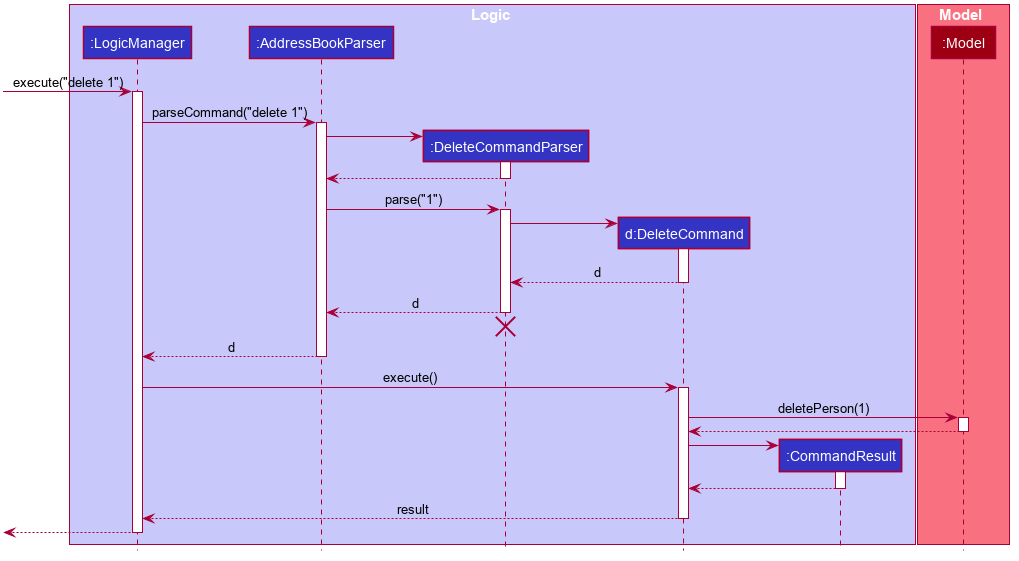
Above: docs/images/DeleteSequenceDiagram.png in nus-cs2103-AY2223S2/tp (PlantUML), before the change.
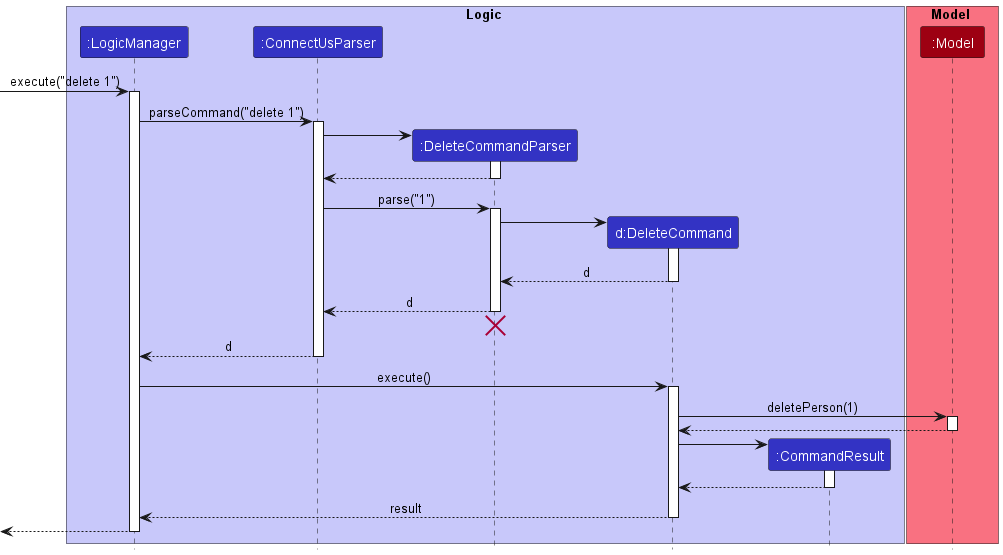
Above is the later version.

The edit, as a diff of the source:
```diff
@@ -1,79 +1,32 @@
 @startuml
+!include style.puml
 
-
-
-
-
-
-
-
-skinparam BackgroundColor #FFFFFFF
-
-skinparam Shadowing false
-
-skinparam Class {
-    FontColor #FFFFFF
-    BorderThickness 1
-    BorderColor #FFFFFF
-    StereotypeFontColor #FFFFFF
-    FontName Arial
-}
-
-skinparam Actor {
-    BorderColor #000000
-    Color #000000
-    FontName Arial
-}
-
-skinparam Sequence {
-    MessageAlign center
-    BoxFontSize 15
-    BoxPadding 0
-    BoxFontColor #FFFFFF
-    FontName Arial
-}
-
-skinparam Participant {
-    FontColor #FFFFFFF
-    Padding 20
-}
-
-skinparam MinClassWidth 50
-skinparam ParticipantPadding 10
-skinparam Shadowing false
-skinparam DefaultTextAlignment center
-skinparam packageStyle Rectangle
-
-hide footbox
-hide members
-hide circle
-
-box Logic #C8C8FA
-participant ":LogicManager" as LogicManager #3333C4
-participant ":AddressBookParser" as AddressBookParser #3333C4
-participant ":DeleteCommandParser" as DeleteCommandParser #3333C4
-participant "d:DeleteCommand" as DeleteCommand #3333C4
-participant ":CommandResult" as CommandResult #3333C4
+box Logic LOGIC_COLOR_T1
+participant ":LogicManager" as LogicManager LOGIC_COLOR
+participant ":ConnectUsParser" as ConnectUsParser LOGIC_COLOR
+participant ":DeleteCommandParser" as DeleteCommandParser LOGIC_COLOR
+participant "d:DeleteCommand" as DeleteCommand LOGIC_COLOR
+participant ":CommandResult" as CommandResult LOGIC_COLOR
 end box
 
-box Model #F97181
-participant ":Model" as Model #9D0012
+box Model MODEL_COLOR_T1
+participant ":Model" as Model MODEL_COLOR
 end box
 
 [-> LogicManager : execute("delete 1")
 activate LogicManager
 
-LogicManager -> AddressBookParser : parseCommand("delete 1")
-activate AddressBookParser
+LogicManager -> ConnectUsParser : parseCommand("delete 1")
+activate ConnectUsParser
 
 create DeleteCommandParser
-AddressBookParser -> DeleteCommandParser
+ConnectUsParser -> DeleteCommandParser
 activate DeleteCommandParser
 
-DeleteCommandParser --> AddressBookParser
+DeleteCommandParser --> ConnectUsParser
 deactivate DeleteCommandParser
 
-AddressBookParser -> DeleteCommandParser : parse("1")
+ConnectUsParser -> DeleteCommandParser : parse("1")
 activate DeleteCommandParser
 
 create DeleteCommand
@@ -83,13 +36,13 @@
 DeleteCommand --> DeleteCommandParser : d
 deactivate DeleteCommand
 
-DeleteCommandParser --> AddressBookParser : d
+DeleteCommandParser --> ConnectUsParser : d
 deactivate DeleteCommandParser
-DeleteCommandParser -[hidden]-> AddressBookParser
+DeleteCommandParser -[hidden]-> ConnectUsParser
 destroy DeleteCommandParser
 
-AddressBookParser --> LogicManager : d
-deactivate AddressBookParser
+ConnectUsParser --> LogicManager : d
+deactivate ConnectUsParser
 
 LogicManager -> DeleteCommand : execute()
 activate DeleteCommand
```
